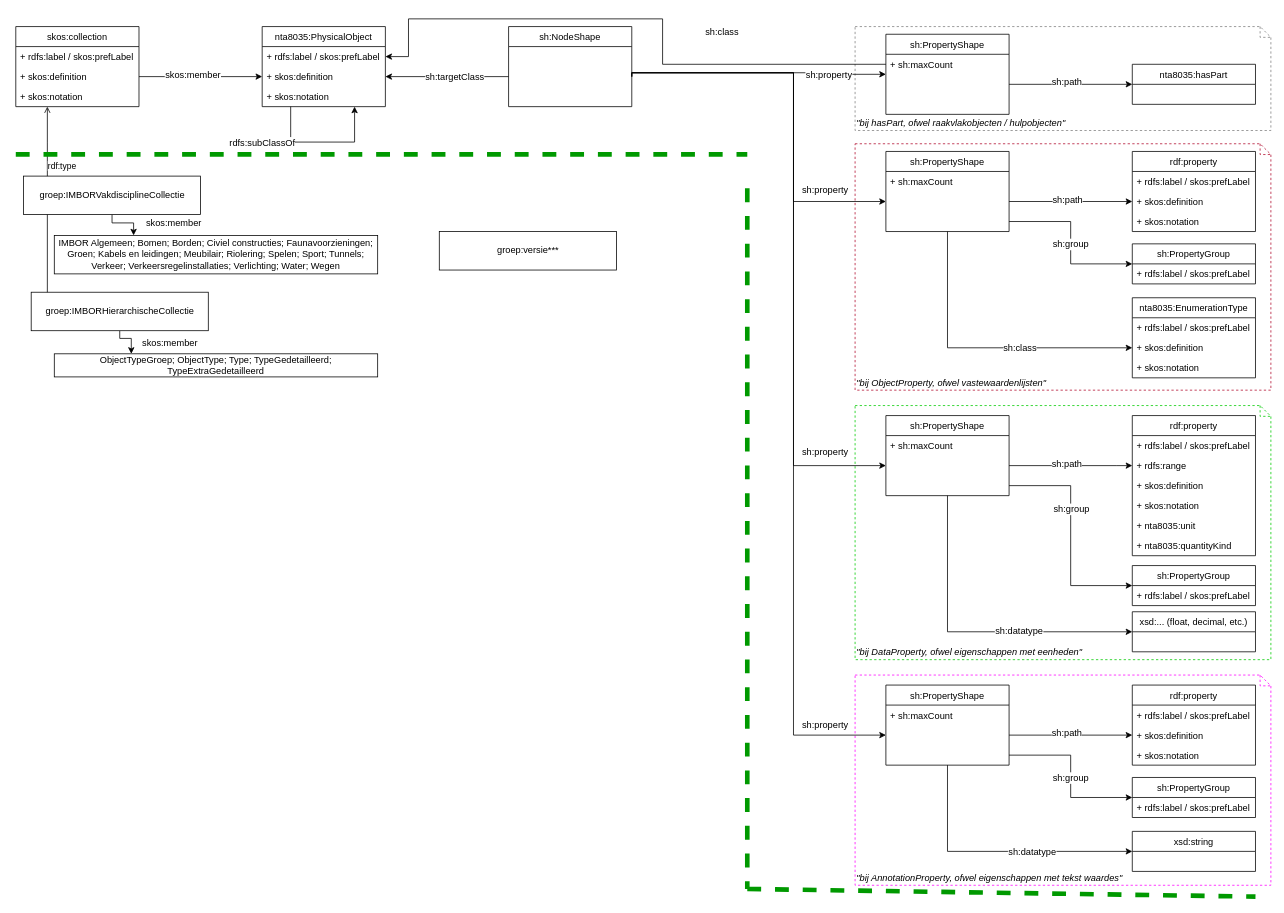
Stichting-CROW/imbor keeps this draw.io diagram as docs/IMBOR Metamodel.drawio. Above is the earlier version. Source tidied: cells renumbered, new cells numbered last; positions are measured from the earlier drawing's top-left corner, leaving out a move shared by most shapes. Both pictures are drawn from the tidied source at 77%, with x=0, y=0 at pixel (15, 18).
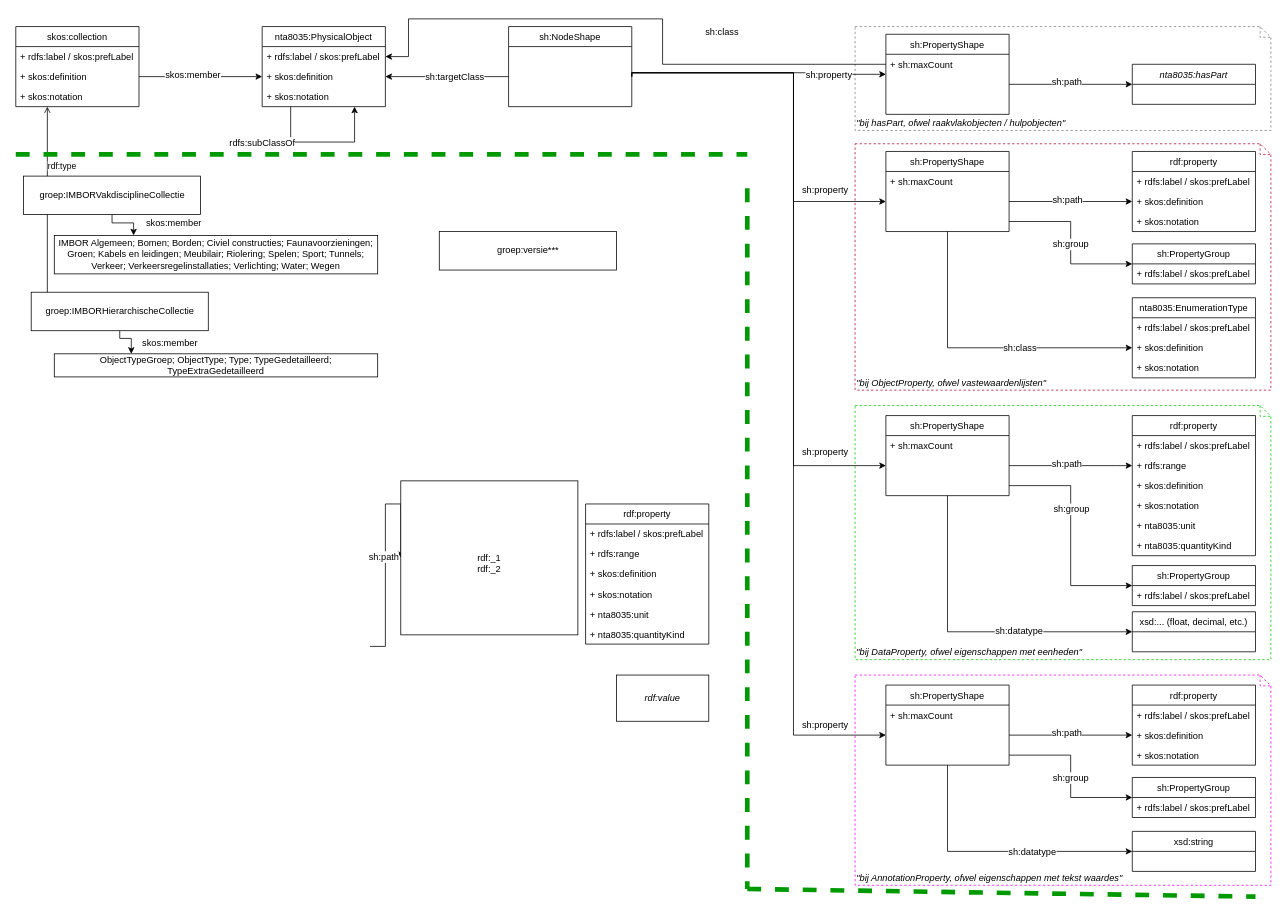
After the change.

Commit message (it also covers changes not shown here):
nog met TODO's

Change to the diagram source:
```diff
@@
-    <mxCell id="100" value="nta8035:hasPart" style="swimlane;fontStyle=0;horizontal=1;startSize=26;fillColor=none;" parent="1" vertex="1">
+    <mxCell id="100" value="nta8035:hasPart" style="swimlane;fontStyle=2;horizontal=1;startSize=26;fillColor=none;" parent="1" vertex="1">
       <mxGeometry x="1450" y="59" width="160" height="52" as="geometry" />
     </mxCell>
@@
+    <mxCell id="113" style="edgeStyle=orthogonalEdgeStyle;rounded=0;jettySize=auto;html=1;exitX=1;exitY=0.5;exitDx=0;exitDy=0;entryX=0;entryY=0.5;entryDx=0;entryDy=0;" parent="1" edge="1" target="115">
+      <mxGeometry relative="1" as="geometry">
+        <mxPoint x="460" y="815" as="sourcePoint" />
+        <Array as="points">
+          <mxPoint x="480" y="815" />
+          <mxPoint x="480" y="630" />
+        </Array>
+      </mxGeometry>
+    </mxCell>
+    <mxCell id="114" value="sh:path" style="text;html=1;align=center;verticalAlign=middle;labelBackgroundColor=#ffffff;" parent="113" vertex="1">
+      <mxGeometry x="-0.07" y="3" relative="1" as="geometry" />
+    </mxCell>
+    <mxCell id="115" value="&lt;br&gt;rdf:_1&lt;br&gt;rdf:_2" style="rounded=0;whiteSpace=wrap;html=1;" parent="1" vertex="1">
+      <mxGeometry x="500" y="600" width="230" height="200" as="geometry" />
+    </mxCell>
+    <mxCell id="116" value="rdf:property" style="swimlane;fontStyle=0;horizontal=1;startSize=26;fillColor=none;" parent="1" vertex="1">
+      <mxGeometry x="740" y="630" width="160" height="182" as="geometry" />
+    </mxCell>
+    <mxCell id="117" value="+ rdfs:label / skos:prefLabel" style="text;strokeColor=none;fillColor=none;align=left;verticalAlign=top;spacingLeft=4;spacingRight=4;overflow=hidden;" parent="116" vertex="1">
+      <mxGeometry y="26" width="160" height="26" as="geometry" />
+    </mxCell>
+    <mxCell id="118" value="+ rdfs:range" style="text;strokeColor=none;fillColor=none;align=left;verticalAlign=top;spacingLeft=4;spacingRight=4;overflow=hidden;" parent="116" vertex="1">
+      <mxGeometry y="52" width="160" height="26" as="geometry" />
+    </mxCell>
+    <mxCell id="119" value="+ skos:definition" style="text;strokeColor=none;fillColor=none;align=left;verticalAlign=top;spacingLeft=4;spacingRight=4;overflow=hidden;" parent="116" vertex="1">
+      <mxGeometry y="78" width="160" height="26" as="geometry" />
+    </mxCell>
+    <mxCell id="120" value="+ skos:notation" style="text;strokeColor=none;fillColor=none;align=left;verticalAlign=top;spacingLeft=4;spacingRight=4;overflow=hidden;" parent="116" vertex="1">
+      <mxGeometry y="104" width="160" height="26" as="geometry" />
+    </mxCell>
+    <mxCell id="121" value="+ nta8035:unit" style="text;strokeColor=none;fillColor=none;align=left;verticalAlign=top;spacingLeft=4;spacingRight=4;overflow=hidden;fontStyle=0;" parent="116" vertex="1">
+      <mxGeometry y="130" width="160" height="26" as="geometry" />
+    </mxCell>
+    <mxCell id="122" value="+ nta8035:quantityKind" style="text;strokeColor=none;fillColor=none;align=left;verticalAlign=top;spacingLeft=4;spacingRight=4;overflow=hidden;fontStyle=0;" parent="116" vertex="1">
+      <mxGeometry y="156" width="160" height="26" as="geometry" />
+    </mxCell>
+    <mxCell id="123" value="rdf:value" style="rounded=0;whiteSpace=wrap;html=1;fontStyle=2;" parent="1" vertex="1">
+      <mxGeometry x="780" y="852.2" width="120" height="60" as="geometry" />
+    </mxCell>
```
